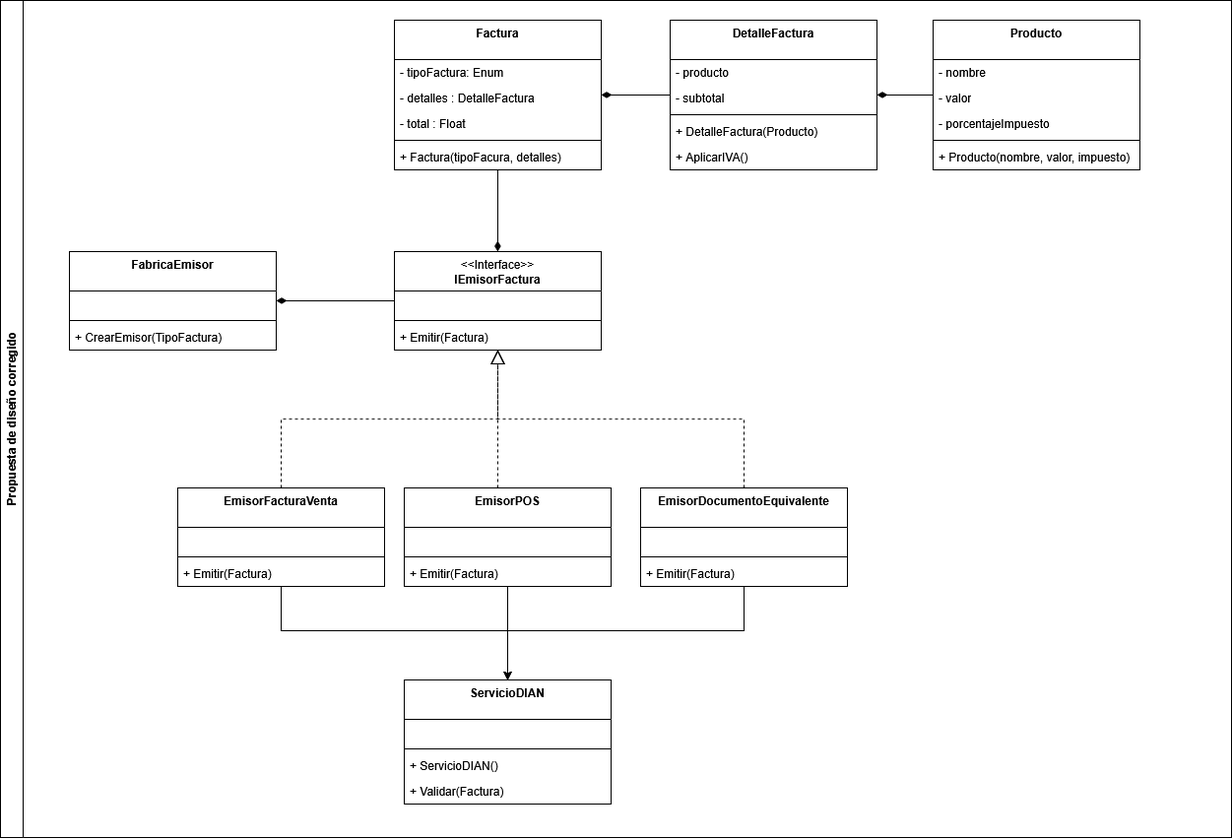
Before: Sample/correct_design/esp_arqsoft_entrega_1_good_design.drawio.png, a diagram exported from draw.io (devgalop/esp-arqsoft-entregable-1). Source tidied: cells renumbered, new cells last; positions are measured from the earlier drawing's top-left corner, leaving out a move shared by most shapes.
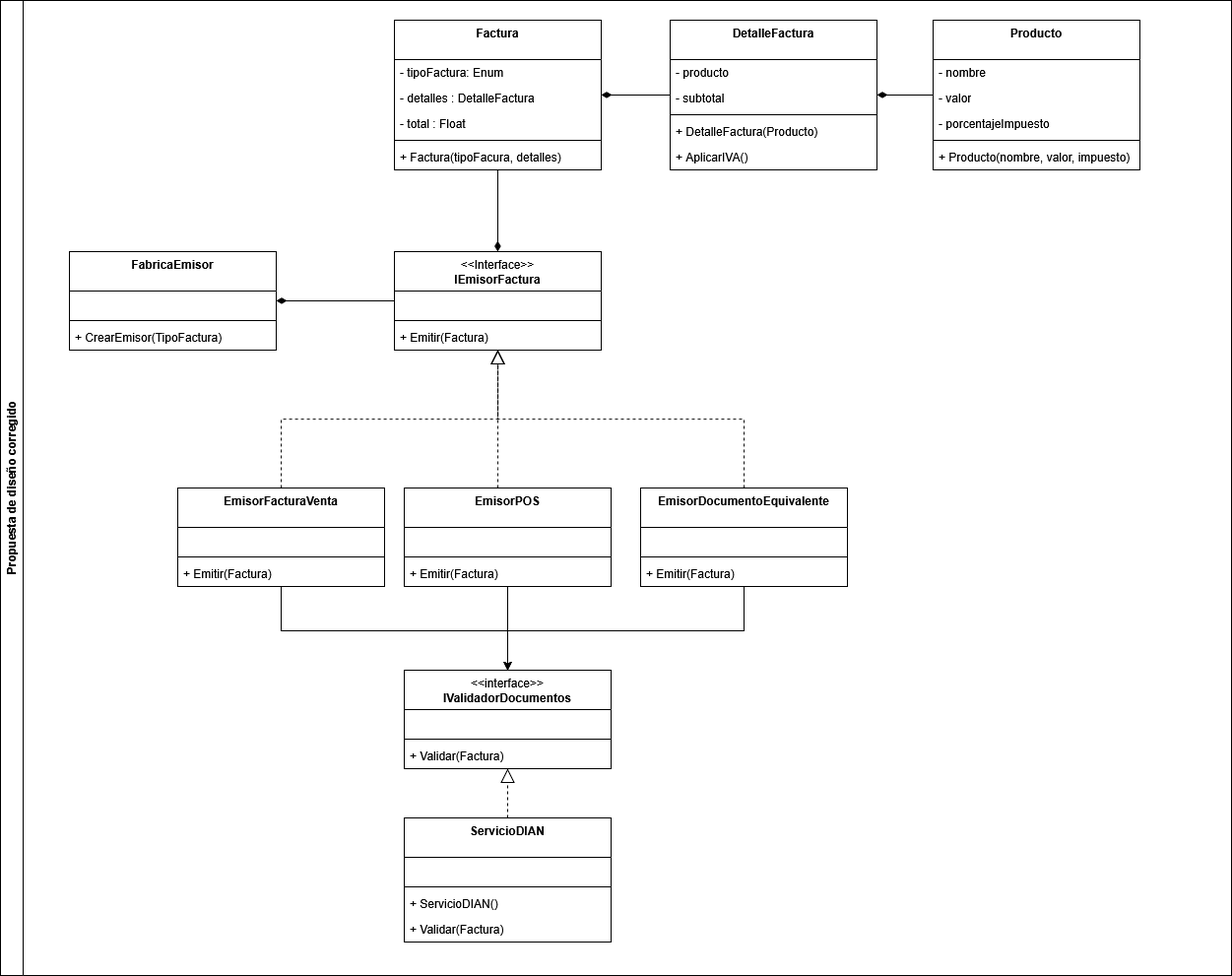
After the change.

What changed in the source:
```diff
@@ -3,10 +3,10 @@
     <mxCell id="0" />
     <mxCell id="1" parent="0" />
     <mxCell id="2" value="Propuesta de diseño corregido" style="swimlane;horizontal=0;whiteSpace=wrap;html=1;" parent="1" vertex="1">
-      <mxGeometry width="1250" height="850" as="geometry" />
+      <mxGeometry width="1250" height="990" as="geometry" />
     </mxCell>
     <mxCell id="3" value="ServicioDIAN" style="swimlane;fontStyle=1;align=center;verticalAlign=top;horizontal=1;startSize=40;whiteSpace=wrap;html=1;" parent="2" vertex="1">
-      <mxGeometry x="410" y="690" width="210" height="126" as="geometry" />
+      <mxGeometry x="410" y="830" width="210" height="126" as="geometry" />
     </mxCell>
     <mxCell id="4" value="&amp;nbsp;" style="text;strokeColor=none;fillColor=none;align=left;verticalAlign=top;spacingLeft=4;spacingRight=4;overflow=hidden;whiteSpace=wrap;html=1;" parent="3" vertex="1">
       <mxGeometry y="40" width="210" height="26" as="geometry" />
@@ -170,24 +170,41 @@
     <mxCell id="52" style="endArrow=none;startArrow=diamondThin;endFill=0;startFill=1;html=1;verticalAlign=bottom;labelBackgroundColor=none;strokeWidth=1;startSize=8;endSize=8;rounded=0;" parent="2" edge="1" source="28" target="21">
       <mxGeometry relative="1" as="geometry" />
     </mxCell>
-    <mxCell id="53" style="endArrow=classic;html=1;rounded=0;" parent="2" edge="1" source="42" target="3">
+    <mxCell id="53" style="endArrow=classic;html=1;rounded=0;" parent="2" edge="1" source="42" target="56">
       <mxGeometry relative="1" as="geometry" />
     </mxCell>
-    <mxCell id="54" style="endArrow=classic;html=1;rounded=0;edgeStyle=orthogonalEdgeStyle;" parent="2" edge="1" source="36" target="3">
+    <mxCell id="54" style="endArrow=classic;html=1;rounded=0;edgeStyle=orthogonalEdgeStyle;" parent="2" edge="1" source="36" target="56">
       <mxGeometry relative="1" as="geometry">
         <Array as="points">
           <mxPoint x="755" y="640" />
           <mxPoint x="515" y="640" />
+          <mxPoint x="515" y="715" />
         </Array>
       </mxGeometry>
     </mxCell>
-    <mxCell id="55" style="endArrow=classic;html=1;rounded=0;edgeStyle=orthogonalEdgeStyle;" parent="2" edge="1" source="32" target="3">
+    <mxCell id="55" style="endArrow=classic;html=1;rounded=0;edgeStyle=orthogonalEdgeStyle;" parent="2" edge="1" source="32" target="56">
       <mxGeometry relative="1" as="geometry">
         <Array as="points">
           <mxPoint x="285" y="640" />
           <mxPoint x="515" y="640" />
+          <mxPoint x="515" y="715" />
         </Array>
       </mxGeometry>
     </mxCell>
+    <mxCell id="56" value="&lt;div&gt;&lt;span style=&quot;font-weight: normal;&quot;&gt;&amp;lt;&amp;lt;interface&amp;gt;&amp;gt;&lt;/span&gt;&lt;/div&gt;&lt;div&gt;IValidadorDocumentos&lt;/div&gt;" style="swimlane;fontStyle=1;align=center;verticalAlign=top;horizontal=1;startSize=40;whiteSpace=wrap;html=1;" parent="2" vertex="1">
+      <mxGeometry x="410" y="680" width="210" height="100" as="geometry" />
+    </mxCell>
+    <mxCell id="57" value="&amp;nbsp;" style="text;strokeColor=none;fillColor=none;align=left;verticalAlign=top;spacingLeft=4;spacingRight=4;overflow=hidden;whiteSpace=wrap;html=1;" parent="56" vertex="1">
+      <mxGeometry y="40" width="210" height="26" as="geometry" />
+    </mxCell>
+    <mxCell id="58" style="line;strokeWidth=1;fillColor=none;align=left;verticalAlign=middle;spacingTop=-1;spacingLeft=3;spacingRight=3;labelPosition=right;strokeColor=inherit;" parent="56" vertex="1">
+      <mxGeometry y="66" width="210" height="8" as="geometry" />
+    </mxCell>
+    <mxCell id="59" value="+ Validar(Factura)" style="text;strokeColor=none;fillColor=none;align=left;verticalAlign=top;spacingLeft=4;spacingRight=4;overflow=hidden;whiteSpace=wrap;html=1;" parent="56" vertex="1">
+      <mxGeometry y="74" width="210" height="26" as="geometry" />
+    </mxCell>
+    <mxCell id="60" style="endArrow=block;dashed=1;endFill=0;endSize=12;html=1;rounded=0;" parent="2" edge="1" source="3" target="56">
+      <mxGeometry relative="1" as="geometry" />
+    </mxCell>
   </root>
 </mxGraphModel>
```
